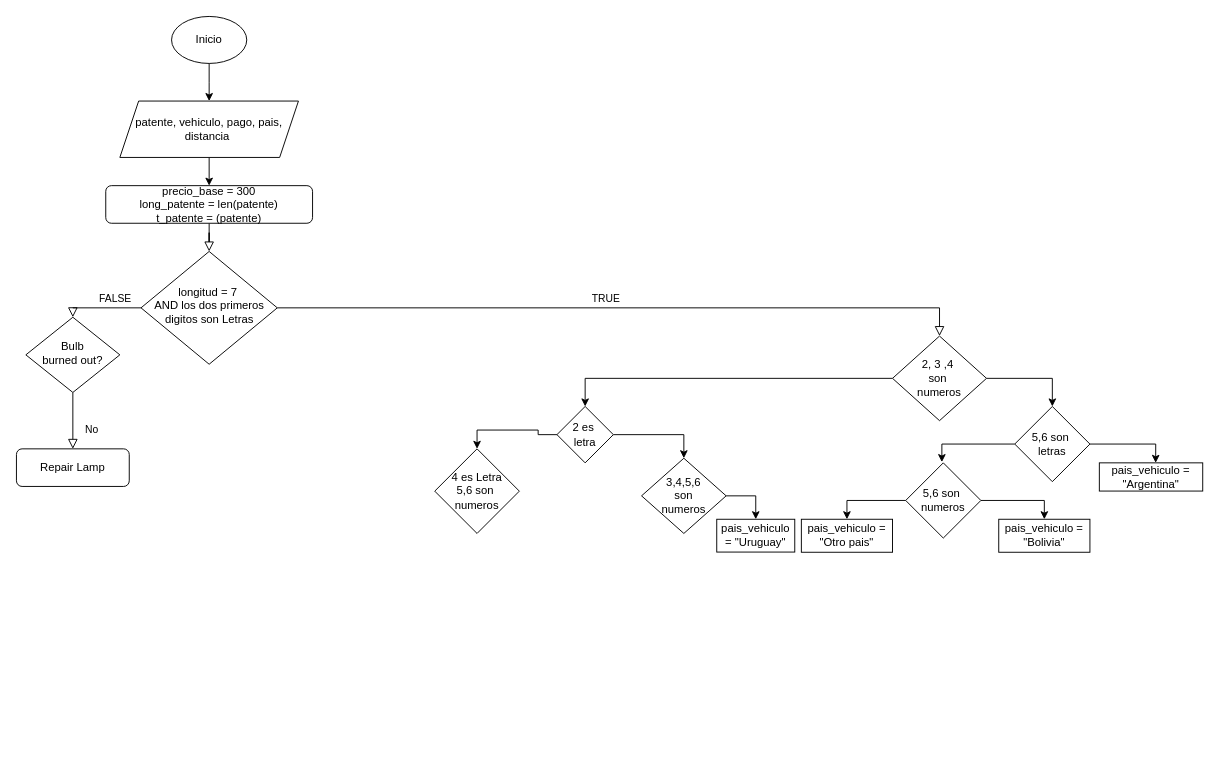
The draw.io diagram Diagrama TP1.drawio in natimmansilla/Ejercicios-de-AED-resolucion-, before the edit. Source tidied: cells renumbered, new cells numbered last; positions are measured from the earlier drawing's top-left corner, leaving out a move shared by most shapes. Both pictures are drawn from the tidied source at 94%, with x=0, y=0 at pixel (16, 16).
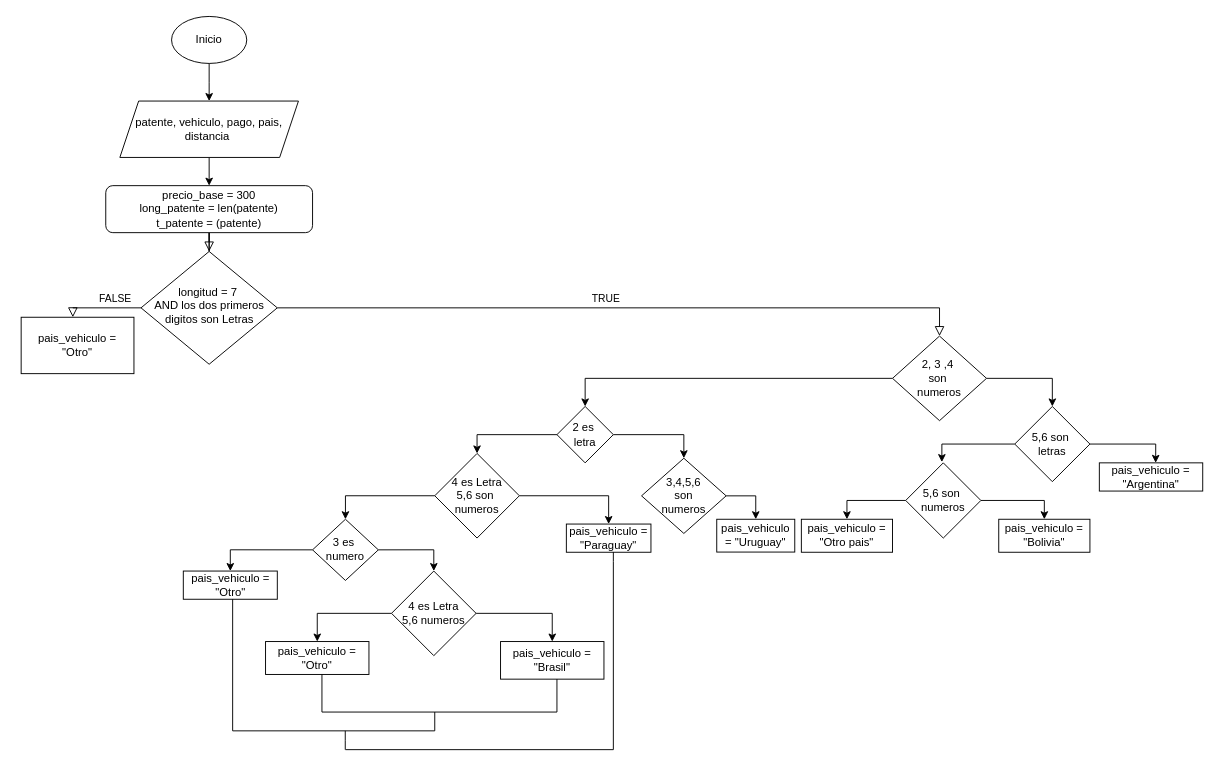
Above is the later version.

The change refers to these unchanged cells:
```xml
<mxCell id="6" value="longitud = 7&amp;nbsp;&lt;br&gt;AND los dos primeros digitos son Letras" style="rhombus;whiteSpace=wrap;html=1;shadow=0;fontFamily=Helvetica;fontSize=12;align=center;strokeWidth=1;spacing=6;spacingTop=-4;" parent="1" vertex="1">
  <mxGeometry x="132.5" y="250" width="145" height="120" as="geometry" />
</mxCell>
```

What changed in the source:
```diff
@@
     <mxCell id="3" value="precio_base = 300&lt;br&gt;long_patente = len(patente)&lt;br&gt;t_patente = (patente)" style="rounded=1;whiteSpace=wrap;html=1;fontSize=12;glass=0;strokeWidth=1;shadow=0;" parent="1" vertex="1">
-      <mxGeometry x="95" y="180" width="220" height="40" as="geometry" />
+      <mxGeometry x="95" y="180" width="220" height="50" as="geometry" />
     </mxCell>
-    <mxCell id="4" value="FALSE" style="rounded=0;html=1;jettySize=auto;fontSize=11;endArrow=block;endFill=0;endSize=8;strokeWidth=1;shadow=0;labelBackgroundColor=none;edgeStyle=orthogonalEdgeStyle;" parent="1" edge="1" source="6" target="8">
+    <mxCell id="4" value="FALSE" style="rounded=0;html=1;jettySize=auto;fontSize=11;endArrow=block;endFill=0;endSize=8;strokeWidth=1;shadow=0;labelBackgroundColor=none;edgeStyle=orthogonalEdgeStyle;" parent="1" edge="1" source="6">
       <mxGeometry x="-0.33" y="-10" relative="1" as="geometry">
+        <mxPoint x="60" y="320" as="targetPoint" />
         <Array as="points">
           <mxPoint x="135" y="310" />
           <mxPoint x="135" y="310" />
         </Array>
       </mxGeometry>
     </mxCell>
@@
-    <mxCell id="7" value="No" style="rounded=0;html=1;jettySize=auto;fontSize=11;endArrow=block;endFill=0;endSize=8;strokeWidth=1;shadow=0;labelBackgroundColor=none;edgeStyle=orthogonalEdgeStyle;" parent="1" edge="1" source="8" target="9">
-      <mxGeometry x="0.33" y="20" relative="1" as="geometry" />
-    </mxCell>
-    <mxCell id="8" value="Bulb&lt;br&gt;burned out?" style="rhombus;whiteSpace=wrap;html=1;shadow=0;fontFamily=Helvetica;fontSize=12;align=center;strokeWidth=1;spacing=6;spacingTop=-4;" parent="1" vertex="1">
-      <mxGeometry x="10" y="320" width="100" height="80" as="geometry" />
-    </mxCell>
-    <mxCell id="9" value="Repair Lamp" style="rounded=1;whiteSpace=wrap;html=1;fontSize=12;glass=0;strokeWidth=1;shadow=0;" parent="1" vertex="1">
-      <mxGeometry y="460" width="120" height="40" as="geometry" />
-    </mxCell>
@@
+    <mxCell id="33" style="edgeStyle=orthogonalEdgeStyle;rounded=0;jettySize=auto;html=1;exitX=1;exitY=0.5;exitDx=0;exitDy=0;entryX=0.5;entryY=0;entryDx=0;entryDy=0;" parent="1" edge="1" source="32" target="35">
+      <mxGeometry relative="1" as="geometry" />
+    </mxCell>
+    <mxCell id="34" style="edgeStyle=orthogonalEdgeStyle;rounded=0;jettySize=auto;html=1;exitX=0;exitY=0.5;exitDx=0;exitDy=0;entryX=0.5;entryY=0;entryDx=0;entryDy=0;" parent="1" edge="1" source="32" target="38">
+      <mxGeometry relative="1" as="geometry" />
+    </mxCell>
     <mxCell id="32" value="4 es Letra&lt;br&gt;5,6 son&amp;nbsp;&lt;br&gt;numeros" style="rhombus;whiteSpace=wrap;html=1;" parent="1" vertex="1">
-      <mxGeometry x="445" y="460" width="90" height="90" as="geometry" />
+      <mxGeometry x="445" y="464.9" width="90" height="90" as="geometry" />
     </mxCell>
+    <mxCell id="35" value="pais_vehiculo = &quot;Paraguay&quot;" style="rounded=0;whiteSpace=wrap;html=1;" parent="1" vertex="1">
+      <mxGeometry x="585" y="540" width="90" height="30" as="geometry" />
+    </mxCell>
+    <mxCell id="36" style="edgeStyle=orthogonalEdgeStyle;rounded=0;jettySize=auto;html=1;exitX=1;exitY=0.5;exitDx=0;exitDy=0;entryX=0.5;entryY=0;entryDx=0;entryDy=0;" parent="1" edge="1" source="38" target="41">
+      <mxGeometry relative="1" as="geometry" />
+    </mxCell>
+    <mxCell id="37" style="edgeStyle=orthogonalEdgeStyle;rounded=0;jettySize=auto;html=1;exitX=0;exitY=0.5;exitDx=0;exitDy=0;entryX=0.5;entryY=0;entryDx=0;entryDy=0;" parent="1" edge="1" source="38" target="44">
+      <mxGeometry relative="1" as="geometry" />
+    </mxCell>
+    <mxCell id="38" value="3 es&amp;nbsp;&lt;br&gt;numero" style="rhombus;whiteSpace=wrap;html=1;" parent="1" vertex="1">
+      <mxGeometry x="315" y="534.9" width="70" height="65.1" as="geometry" />
+    </mxCell>
+    <mxCell id="39" style="edgeStyle=orthogonalEdgeStyle;rounded=0;jettySize=auto;html=1;exitX=1;exitY=0.5;exitDx=0;exitDy=0;entryX=0.5;entryY=0;entryDx=0;entryDy=0;" parent="1" edge="1" source="41" target="42">
+      <mxGeometry relative="1" as="geometry" />
+    </mxCell>
+    <mxCell id="40" style="edgeStyle=orthogonalEdgeStyle;rounded=0;jettySize=auto;html=1;exitX=0;exitY=0.5;exitDx=0;exitDy=0;entryX=0.5;entryY=0;entryDx=0;entryDy=0;" parent="1" edge="1" source="41" target="43">
+      <mxGeometry relative="1" as="geometry" />
+    </mxCell>
+    <mxCell id="41" value="4 es Letra&lt;br&gt;5,6 numeros" style="rhombus;whiteSpace=wrap;html=1;" parent="1" vertex="1">
+      <mxGeometry x="399" y="590" width="90" height="90" as="geometry" />
+    </mxCell>
+    <mxCell id="42" value="pais_vehiculo = &quot;Brasil&quot;" style="rounded=0;whiteSpace=wrap;html=1;" parent="1" vertex="1">
+      <mxGeometry x="515" y="665" width="110" height="40" as="geometry" />
+    </mxCell>
+    <mxCell id="43" value="pais_vehiculo = &quot;Otro&quot;" style="rounded=0;whiteSpace=wrap;html=1;" parent="1" vertex="1">
+      <mxGeometry x="265" y="665" width="110" height="35" as="geometry" />
+    </mxCell>
+    <mxCell id="44" value="pais_vehiculo = &quot;Otro&quot;" style="rounded=0;whiteSpace=wrap;html=1;" parent="1" vertex="1">
+      <mxGeometry x="177.5" y="590" width="100" height="30" as="geometry" />
+    </mxCell>
+    <mxCell id="45" style="endArrow=none;html=1;rounded=0;" parent="1" edge="1">
+      <mxGeometry relative="1" as="geometry">
+        <mxPoint x="325" y="740" as="sourcePoint" />
+        <mxPoint x="575" y="740" as="targetPoint" />
+      </mxGeometry>
+    </mxCell>
+    <mxCell id="46" style="endArrow=none;html=1;rounded=0;" parent="1" edge="1">
+      <mxGeometry relative="1" as="geometry">
+        <mxPoint x="325" y="740" as="sourcePoint" />
+        <mxPoint x="325" y="700" as="targetPoint" />
+      </mxGeometry>
+    </mxCell>
+    <mxCell id="47" style="endArrow=none;html=1;rounded=0;" parent="1" edge="1">
+      <mxGeometry relative="1" as="geometry">
+        <mxPoint x="575" y="740" as="sourcePoint" />
+        <mxPoint x="575" y="705" as="targetPoint" />
+      </mxGeometry>
+    </mxCell>
+    <mxCell id="48" style="endArrow=none;html=1;rounded=0;" parent="1" edge="1">
+      <mxGeometry relative="1" as="geometry">
+        <mxPoint x="230" y="760" as="sourcePoint" />
+        <mxPoint x="230" y="620" as="targetPoint" />
+      </mxGeometry>
+    </mxCell>
+    <mxCell id="49" style="endArrow=none;html=1;rounded=0;" parent="1" edge="1">
+      <mxGeometry relative="1" as="geometry">
+        <mxPoint x="445" y="760" as="sourcePoint" />
+        <mxPoint x="445" y="740" as="targetPoint" />
+      </mxGeometry>
+    </mxCell>
+    <mxCell id="50" style="endArrow=none;html=1;rounded=0;" parent="1" edge="1">
+      <mxGeometry relative="1" as="geometry">
+        <mxPoint x="230" y="760" as="sourcePoint" />
+        <mxPoint x="445" y="760" as="targetPoint" />
+      </mxGeometry>
+    </mxCell>
+    <mxCell id="51" value="pais_vehiculo = &quot;Otro&quot;" style="rounded=0;whiteSpace=wrap;html=1;" parent="1" vertex="1">
+      <mxGeometry x="5" y="320" width="120" height="60" as="geometry" />
+    </mxCell>
+    <mxCell id="52" style="endArrow=none;html=1;rounded=0;" parent="1" edge="1">
+      <mxGeometry relative="1" as="geometry">
+        <mxPoint x="349.8" y="780" as="sourcePoint" />
+        <mxPoint x="349.8" y="760" as="targetPoint" />
+        <Array as="points">
+          <mxPoint x="349.8" y="770" />
+        </Array>
+      </mxGeometry>
+    </mxCell>
+    <mxCell id="53" style="endArrow=none;html=1;rounded=0;" parent="1" edge="1">
+      <mxGeometry relative="1" as="geometry">
+        <mxPoint x="635" y="780" as="sourcePoint" />
+        <mxPoint x="635" y="569.9" as="targetPoint" />
+        <Array as="points">
+          <mxPoint x="635" y="579.9" />
+        </Array>
+      </mxGeometry>
+    </mxCell>
+    <mxCell id="54" style="endArrow=none;html=1;rounded=0;" parent="1" edge="1">
+      <mxGeometry relative="1" as="geometry">
+        <mxPoint x="350" y="780" as="sourcePoint" />
+        <mxPoint x="635" y="780" as="targetPoint" />
+      </mxGeometry>
+    </mxCell>
```
